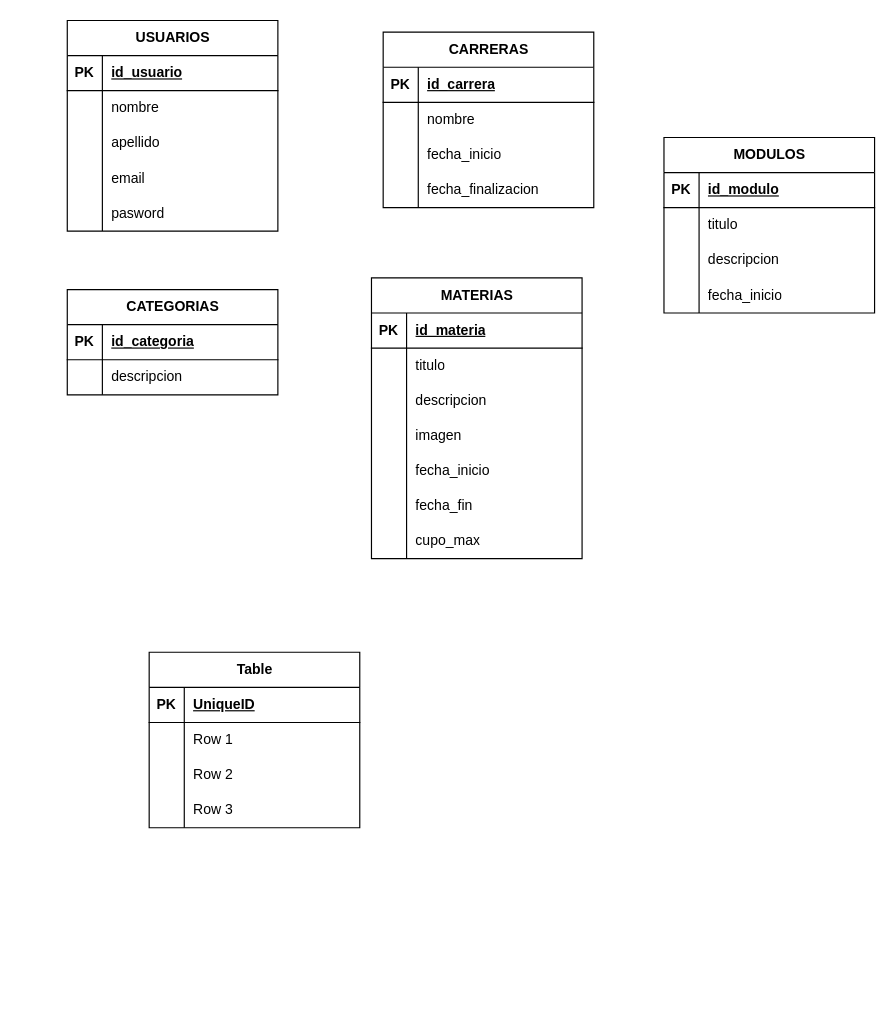
Earlier version of the draw.io diagram Copia de Diagrama sin título.drawio (Emmigumi/bd-app-video-consumption). Source tidied: cells renumbered, new cells numbered last; positions are measured from the earlier drawing's top-left corner, leaving out a move shared by most shapes. Both pictures are drawn from the tidied source at 117%, with x=0, y=0 at pixel (67, 20).
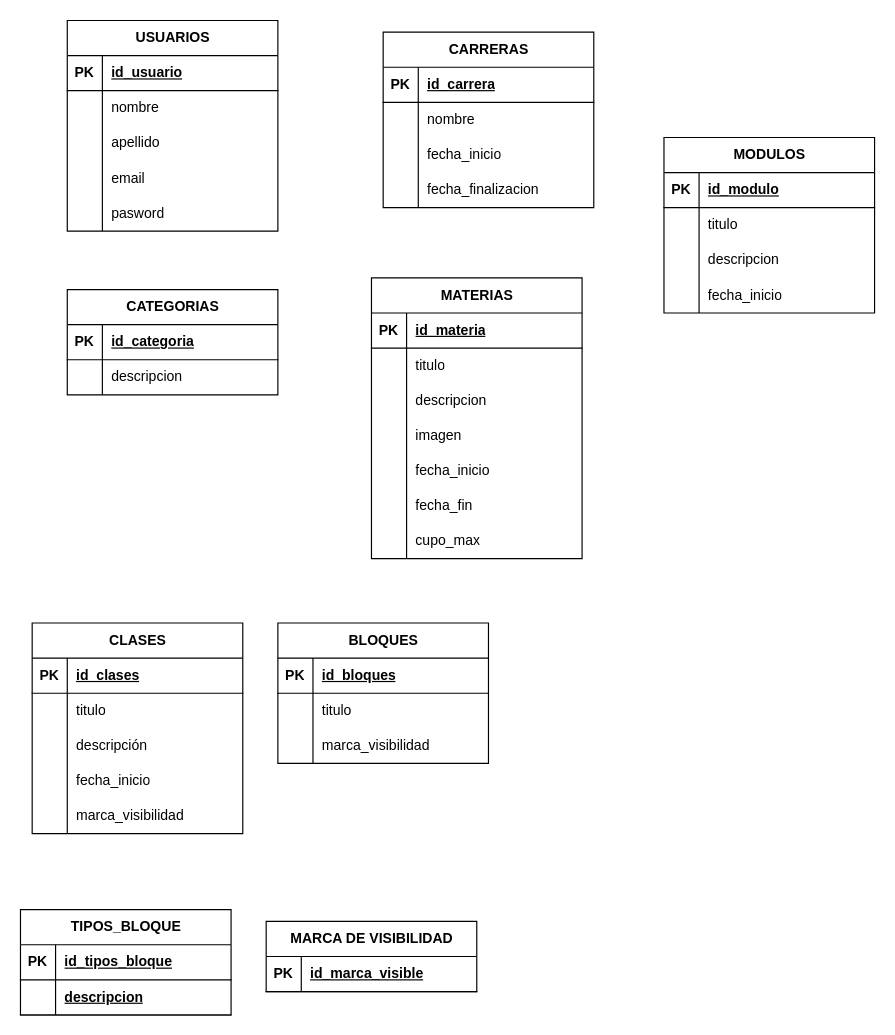
Above is the later version.

Unchanged cells that the change refers to:
```xml
<mxCell id="74" style="shape=tableRow;horizontal=0;startSize=0;swimlaneHead=0;swimlaneBody=0;fillColor=none;top=0;left=0;right=0;bottom=1;" parent="73" vertex="1">
  <mxGeometry y="30" width="180" height="30" as="geometry" />
</mxCell>
<mxCell id="77" style="shape=tableRow;horizontal=0;startSize=0;swimlaneHead=0;swimlaneBody=0;fillColor=none;top=0;left=0;right=0;bottom=0;" parent="73" vertex="1">
  <mxGeometry y="60" width="180" height="30" as="geometry" />
</mxCell>
<mxCell id="80" style="shape=tableRow;horizontal=0;startSize=0;swimlaneHead=0;swimlaneBody=0;fillColor=none;top=0;left=0;right=0;bottom=0;" parent="73" vertex="1">
  <mxGeometry y="90" width="180" height="30" as="geometry" />
</mxCell>
<mxCell id="83" style="shape=tableRow;horizontal=0;startSize=0;swimlaneHead=0;swimlaneBody=0;fillColor=none;top=0;left=0;right=0;bottom=0;" parent="73" vertex="1">
  <mxGeometry y="120" width="180" height="30" as="geometry" />
</mxCell>
```

Diff of the diagram source:
```diff
@@
-    <mxCell id="73" value="Table" style="shape=table;startSize=30;childLayout=tableLayout;rowLines=0;fontStyle=1;align=center;html=1;" parent="1" vertex="1">
-      <mxGeometry x="70" y="540" width="180" height="150" as="geometry" />
+    <mxCell id="73" value="CLASES" style="shape=table;startSize=30;childLayout=tableLayout;rowLines=0;fontStyle=1;align=center;html=1;" parent="1" vertex="1">
+      <mxGeometry x="-30" y="515" width="180" height="180" as="geometry" />
     </mxCell>
@@
-    <mxCell id="76" value="UniqueID" style="shape=partialRectangle;fillColor=none;top=0;left=0;bottom=0;right=0;align=left;spacingLeft=6;fontStyle=5;overflow=hidden;whiteSpace=wrap;html=1;" parent="74" vertex="1">
+    <mxCell id="76" value="id_clases" style="shape=partialRectangle;fillColor=none;top=0;left=0;bottom=0;right=0;align=left;spacingLeft=6;fontStyle=5;overflow=hidden;whiteSpace=wrap;html=1;" parent="74" vertex="1">
       <mxGeometry x="30" width="150" height="30" as="geometry" />
     </mxCell>
@@
-    <mxCell id="79" value="Row 1" style="shape=partialRectangle;fillColor=none;top=0;left=0;bottom=0;right=0;align=left;spacingLeft=6;overflow=hidden;whiteSpace=wrap;html=1;" parent="77" vertex="1">
+    <mxCell id="79" value="titulo" style="shape=partialRectangle;fillColor=none;top=0;left=0;bottom=0;right=0;align=left;spacingLeft=6;overflow=hidden;whiteSpace=wrap;html=1;" parent="77" vertex="1">
       <mxGeometry x="30" width="150" height="30" as="geometry" />
     </mxCell>
@@
-    <mxCell id="82" value="Row 2" style="shape=partialRectangle;fillColor=none;top=0;left=0;bottom=0;right=0;align=left;spacingLeft=6;overflow=hidden;whiteSpace=wrap;html=1;" parent="80" vertex="1">
+    <mxCell id="82" value="descripción" style="shape=partialRectangle;fillColor=none;top=0;left=0;bottom=0;right=0;align=left;spacingLeft=6;overflow=hidden;whiteSpace=wrap;html=1;" parent="80" vertex="1">
       <mxGeometry x="30" width="150" height="30" as="geometry" />
     </mxCell>
@@
-    <mxCell id="85" value="Row 3" style="shape=partialRectangle;fillColor=none;top=0;left=0;bottom=0;right=0;align=left;spacingLeft=6;overflow=hidden;whiteSpace=wrap;html=1;" parent="83" vertex="1">
+    <mxCell id="85" value="fecha_inicio" style="shape=partialRectangle;fillColor=none;top=0;left=0;bottom=0;right=0;align=left;spacingLeft=6;overflow=hidden;whiteSpace=wrap;html=1;" parent="83" vertex="1">
       <mxGeometry x="30" width="150" height="30" as="geometry" />
     </mxCell>
+    <mxCell id="86" style="shape=tableRow;horizontal=0;startSize=0;swimlaneHead=0;swimlaneBody=0;fillColor=none;top=0;left=0;right=0;bottom=0;" parent="73" vertex="1">
+      <mxGeometry y="150" width="180" height="30" as="geometry" />
+    </mxCell>
+    <mxCell id="87" style="shape=partialRectangle;fillColor=none;top=0;left=0;bottom=0;right=0;overflow=hidden;whiteSpace=wrap;html=1;" parent="86" vertex="1">
+      <mxGeometry width="30" height="30" as="geometry" />
+    </mxCell>
+    <mxCell id="88" value="marca_visibilidad" style="shape=partialRectangle;fillColor=none;top=0;left=0;bottom=0;right=0;align=left;spacingLeft=6;overflow=hidden;whiteSpace=wrap;html=1;" parent="86" vertex="1">
+      <mxGeometry x="30" width="150" height="30" as="geometry" />
+    </mxCell>
+    <mxCell id="89" value="BLOQUES" style="shape=table;startSize=30;childLayout=tableLayout;rowLines=0;fontStyle=1;align=center;html=1;" parent="1" vertex="1">
+      <mxGeometry x="180" y="515" width="180" height="120" as="geometry" />
+    </mxCell>
+    <mxCell id="90" style="shape=tableRow;horizontal=0;startSize=0;swimlaneHead=0;swimlaneBody=0;fillColor=none;top=0;left=0;right=0;bottom=1;" parent="89" vertex="1">
+      <mxGeometry y="30" width="180" height="30" as="geometry" />
+    </mxCell>
+    <mxCell id="91" value="PK" style="shape=partialRectangle;fillColor=none;top=0;left=0;bottom=0;right=0;fontStyle=1;overflow=hidden;whiteSpace=wrap;html=1;" parent="90" vertex="1">
+      <mxGeometry width="30" height="30" as="geometry" />
+    </mxCell>
+    <mxCell id="92" value="id_bloques" style="shape=partialRectangle;fillColor=none;top=0;left=0;bottom=0;right=0;align=left;spacingLeft=6;fontStyle=5;overflow=hidden;whiteSpace=wrap;html=1;" parent="90" vertex="1">
+      <mxGeometry x="30" width="150" height="30" as="geometry" />
+    </mxCell>
+    <mxCell id="93" style="shape=tableRow;horizontal=0;startSize=0;swimlaneHead=0;swimlaneBody=0;fillColor=none;top=0;left=0;right=0;bottom=0;" parent="89" vertex="1">
+      <mxGeometry y="60" width="180" height="30" as="geometry" />
+    </mxCell>
+    <mxCell id="94" style="shape=partialRectangle;fillColor=none;top=0;left=0;bottom=0;right=0;overflow=hidden;whiteSpace=wrap;html=1;" parent="93" vertex="1">
+      <mxGeometry width="30" height="30" as="geometry" />
+    </mxCell>
+    <mxCell id="95" value="titulo" style="shape=partialRectangle;fillColor=none;top=0;left=0;bottom=0;right=0;align=left;spacingLeft=6;overflow=hidden;whiteSpace=wrap;html=1;" parent="93" vertex="1">
+      <mxGeometry x="30" width="150" height="30" as="geometry" />
+    </mxCell>
+    <mxCell id="96" style="shape=tableRow;horizontal=0;startSize=0;swimlaneHead=0;swimlaneBody=0;fillColor=none;top=0;left=0;right=0;bottom=0;" parent="89" vertex="1">
+      <mxGeometry y="90" width="180" height="30" as="geometry" />
+    </mxCell>
+    <mxCell id="97" style="shape=partialRectangle;fillColor=none;top=0;left=0;bottom=0;right=0;overflow=hidden;whiteSpace=wrap;html=1;" parent="96" vertex="1">
+      <mxGeometry width="30" height="30" as="geometry" />
+    </mxCell>
+    <mxCell id="98" value="marca_visibilidad" style="shape=partialRectangle;fillColor=none;top=0;left=0;bottom=0;right=0;align=left;spacingLeft=6;overflow=hidden;whiteSpace=wrap;html=1;" parent="96" vertex="1">
+      <mxGeometry x="30" width="150" height="30" as="geometry" />
+    </mxCell>
+    <mxCell id="99" value="MARCA DE VISIBILIDAD" style="shape=table;startSize=30;childLayout=tableLayout;rowLines=0;fontStyle=1;align=center;html=1;" parent="1" vertex="1">
+      <mxGeometry x="170" y="770" width="180" height="60" as="geometry" />
+    </mxCell>
+    <mxCell id="100" style="shape=tableRow;horizontal=0;startSize=0;swimlaneHead=0;swimlaneBody=0;fillColor=none;top=0;left=0;right=0;bottom=1;" parent="99" vertex="1">
+      <mxGeometry y="30" width="180" height="30" as="geometry" />
+    </mxCell>
+    <mxCell id="101" value="PK" style="shape=partialRectangle;fillColor=none;top=0;left=0;bottom=0;right=0;fontStyle=1;overflow=hidden;whiteSpace=wrap;html=1;" parent="100" vertex="1">
+      <mxGeometry width="30" height="30" as="geometry" />
+    </mxCell>
+    <mxCell id="102" value="id_marca_visible" style="shape=partialRectangle;fillColor=none;top=0;left=0;bottom=0;right=0;align=left;spacingLeft=6;fontStyle=5;overflow=hidden;whiteSpace=wrap;html=1;" parent="100" vertex="1">
+      <mxGeometry x="30" width="150" height="30" as="geometry" />
+    </mxCell>
+    <mxCell id="103" value="TIPOS_BLOQUE" style="shape=table;startSize=30;childLayout=tableLayout;rowLines=0;fontStyle=1;align=center;html=1;" parent="1" vertex="1">
+      <mxGeometry x="-40" y="760" width="180" height="90" as="geometry" />
+    </mxCell>
+    <mxCell id="104" style="shape=tableRow;horizontal=0;startSize=0;swimlaneHead=0;swimlaneBody=0;fillColor=none;top=0;left=0;right=0;bottom=1;" parent="103" vertex="1">
+      <mxGeometry y="30" width="180" height="30" as="geometry" />
+    </mxCell>
+    <mxCell id="105" value="PK" style="shape=partialRectangle;fillColor=none;top=0;left=0;bottom=0;right=0;fontStyle=1;overflow=hidden;whiteSpace=wrap;html=1;" parent="104" vertex="1">
+      <mxGeometry width="30" height="30" as="geometry" />
+    </mxCell>
+    <mxCell id="106" value="id_tipos_bloque" style="shape=partialRectangle;fillColor=none;top=0;left=0;bottom=0;right=0;align=left;spacingLeft=6;fontStyle=5;overflow=hidden;whiteSpace=wrap;html=1;" parent="104" vertex="1">
+      <mxGeometry x="30" width="150" height="30" as="geometry" />
+    </mxCell>
+    <mxCell id="107" style="shape=tableRow;horizontal=0;startSize=0;swimlaneHead=0;swimlaneBody=0;fillColor=none;top=0;left=0;right=0;bottom=1;" parent="103" vertex="1">
+      <mxGeometry y="60" width="180" height="30" as="geometry" />
+    </mxCell>
+    <mxCell id="108" style="shape=partialRectangle;fillColor=none;top=0;left=0;bottom=0;right=0;fontStyle=1;overflow=hidden;whiteSpace=wrap;html=1;" parent="107" vertex="1">
+      <mxGeometry width="30" height="30" as="geometry" />
+    </mxCell>
+    <mxCell id="109" value="descripcion" style="shape=partialRectangle;fillColor=none;top=0;left=0;bottom=0;right=0;align=left;spacingLeft=6;fontStyle=5;overflow=hidden;whiteSpace=wrap;html=1;" parent="107" vertex="1">
+      <mxGeometry x="30" width="150" height="30" as="geometry" />
+    </mxCell>
```
